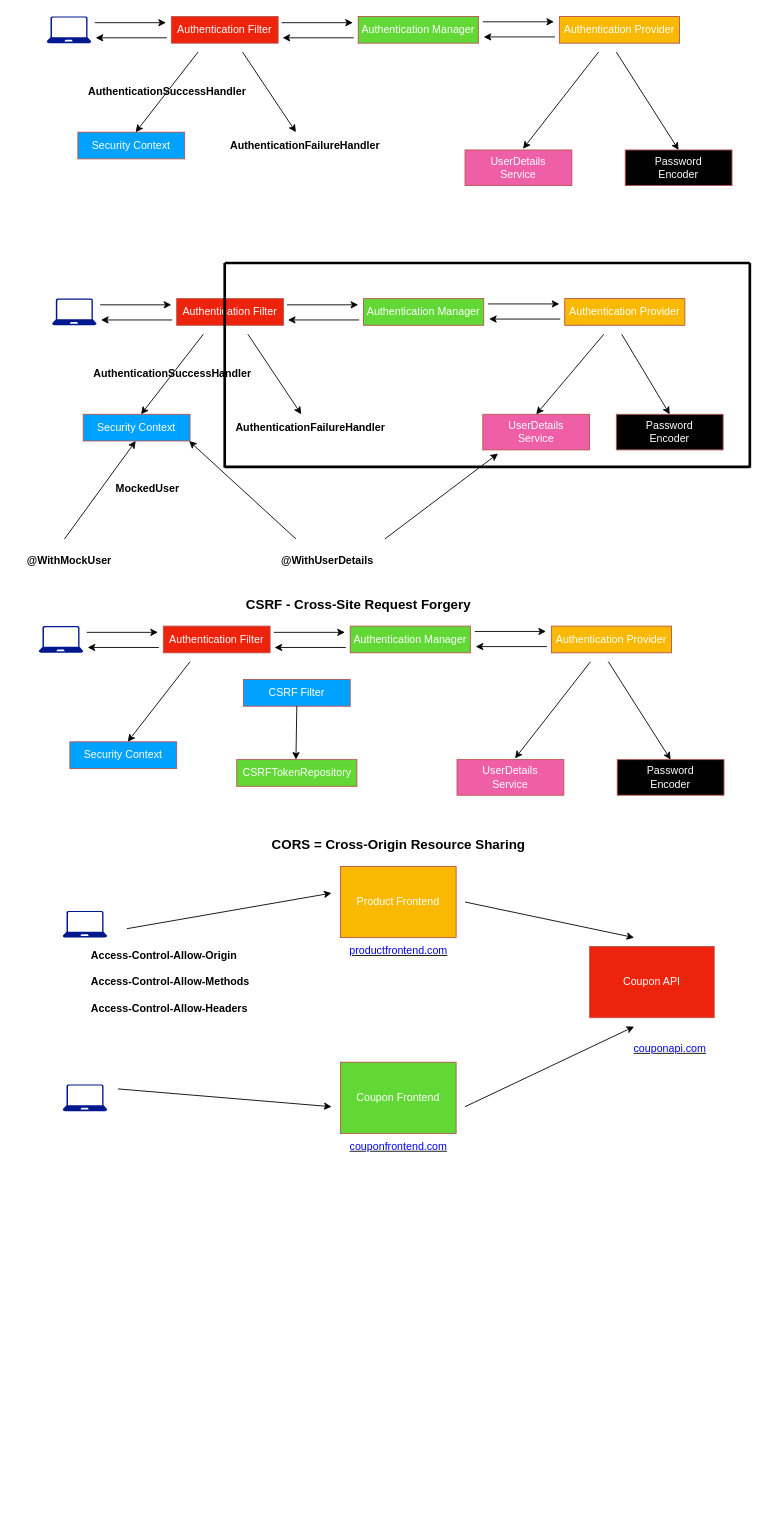
The draw.io diagram BE/technical/Spring-Security.drawio in afflato/system, before the edit. Source tidied: cells renumbered, new cells numbered last; positions are measured from the earlier drawing's top-left corner, leaving out a move shared by most shapes. Both pictures are drawn from the tidied source at 89%, with x=0, y=0 at pixel (15, 16).
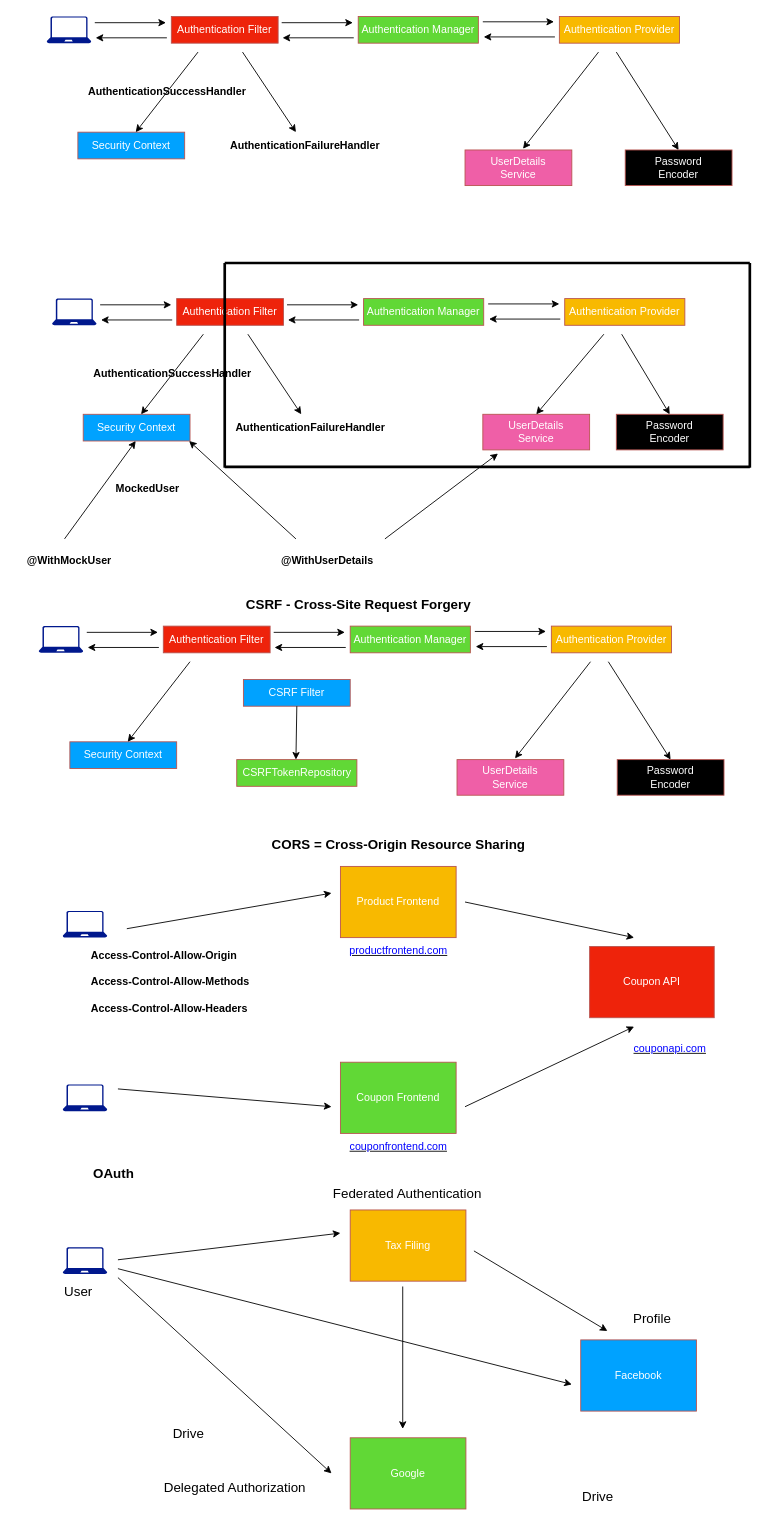
The same page after the edit.

Diff of the diagram source:
```diff
@@
+    <mxCell id="89" value="&lt;b&gt;&lt;font style=&quot;font-size: 15px;&quot;&gt;OAuth&lt;/font&gt;&lt;/b&gt;" style="text;html=1;align=center;verticalAlign=middle;strokeColor=none;fillColor=none;" parent="1" vertex="1">
+      <mxGeometry x="75" y="1285" width="70" height="30" as="geometry" />
+    </mxCell>
+    <mxCell id="90" style="sketch=0;shadow=0;dashed=0;html=1;strokeColor=none;labelPosition=center;verticalLabelPosition=bottom;verticalAlign=top;align=center;fillColor=#00188D;shape=mxgraph.azure.laptop;" parent="1" vertex="1">
+      <mxGeometry x="53" y="1383" width="50" height="30" as="geometry" />
+    </mxCell>
+    <mxCell id="91" value="Tax Filing" style="rounded=0;whiteSpace=wrap;html=1;fillColor=#F8B900;strokeColor=#b85450;fontColor=#FFFFFF;" parent="1" vertex="1">
+      <mxGeometry x="376" y="1341" width="130" height="80" as="geometry" />
+    </mxCell>
+    <mxCell id="92" value="Facebook" style="rounded=0;whiteSpace=wrap;html=1;fillColor=#00A2FF;strokeColor=#b85450;fontColor=#FFFFFF;" parent="1" vertex="1">
+      <mxGeometry x="635" y="1487" width="130" height="80" as="geometry" />
+    </mxCell>
+    <mxCell id="93" value="Google" style="rounded=0;whiteSpace=wrap;html=1;fillColor=#61D836;strokeColor=#b85450;fontColor=#FFFFFF;" parent="1" vertex="1">
+      <mxGeometry x="376" y="1597" width="130" height="80" as="geometry" />
+    </mxCell>
+    <mxCell id="94" value="&lt;font style=&quot;font-size: 15px;&quot;&gt;Profile&lt;/font&gt;" style="text;html=1;align=center;verticalAlign=middle;strokeColor=none;fillColor=none;" parent="1" vertex="1">
+      <mxGeometry x="680" y="1447" width="70" height="30" as="geometry" />
+    </mxCell>
+    <mxCell id="95" value="&lt;font style=&quot;font-size: 15px;&quot;&gt;User&lt;/font&gt;" style="text;whiteSpace=wrap;html=1;" parent="1" vertex="1">
+      <mxGeometry x="53" y="1417" width="70" height="40" as="geometry" />
+    </mxCell>
+    <mxCell id="96" style="endArrow=classic;html=1;rounded=0;" parent="1" edge="1">
+      <mxGeometry relative="1" as="geometry">
+        <mxPoint x="115" y="1417" as="sourcePoint" />
+        <mxPoint x="355" y="1637" as="targetPoint" />
+      </mxGeometry>
+    </mxCell>
+    <mxCell id="97" value="&lt;font style=&quot;font-size: 15px;&quot;&gt;Drive&lt;/font&gt;" style="text;whiteSpace=wrap;html=1;" parent="1" vertex="1">
+      <mxGeometry x="175" y="1577" width="70" height="40" as="geometry" />
+    </mxCell>
+    <mxCell id="98" value="&lt;font style=&quot;font-size: 15px;&quot;&gt;Drive&lt;/font&gt;" style="text;whiteSpace=wrap;html=1;" parent="1" vertex="1">
+      <mxGeometry x="635" y="1647" width="70" height="40" as="geometry" />
+    </mxCell>
+    <mxCell id="99" style="endArrow=classic;html=1;rounded=0;" parent="1" edge="1">
+      <mxGeometry relative="1" as="geometry">
+        <mxPoint x="435" y="1427" as="sourcePoint" />
+        <mxPoint x="435" y="1587" as="targetPoint" />
+      </mxGeometry>
+    </mxCell>
+    <mxCell id="100" style="endArrow=classic;html=1;rounded=0;" parent="1" edge="1">
+      <mxGeometry relative="1" as="geometry">
+        <mxPoint x="115" y="1407" as="sourcePoint" />
+        <mxPoint x="625" y="1537" as="targetPoint" />
+      </mxGeometry>
+    </mxCell>
+    <mxCell id="101" style="endArrow=classic;html=1;rounded=0;" parent="1" edge="1">
+      <mxGeometry relative="1" as="geometry">
+        <mxPoint x="515" y="1387" as="sourcePoint" />
+        <mxPoint x="665" y="1477" as="targetPoint" />
+      </mxGeometry>
+    </mxCell>
+    <mxCell id="102" style="endArrow=classic;html=1;rounded=0;" parent="1" edge="1">
+      <mxGeometry relative="1" as="geometry">
+        <mxPoint x="115" y="1397" as="sourcePoint" />
+        <mxPoint x="365" y="1367" as="targetPoint" />
+      </mxGeometry>
+    </mxCell>
+    <mxCell id="103" value="&lt;font style=&quot;font-size: 15px;&quot;&gt;Federated Authentication&lt;/font&gt;" style="text;whiteSpace=wrap;html=1;" parent="1" vertex="1">
+      <mxGeometry x="355" y="1307" width="190" height="30" as="geometry" />
+    </mxCell>
+    <mxCell id="104" value="&lt;font style=&quot;font-size: 15px;&quot;&gt;Delegated Authorization&lt;/font&gt;" style="text;whiteSpace=wrap;html=1;" parent="1" vertex="1">
+      <mxGeometry x="165" y="1637" width="180" height="30" as="geometry" />
+    </mxCell>
```
